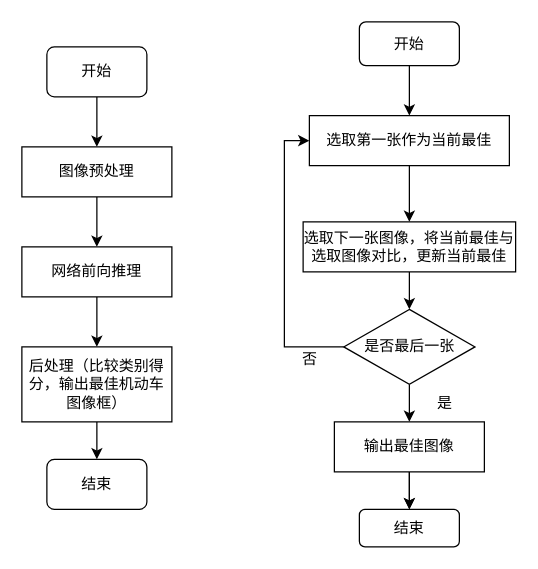
This is Untitled Diagram.drawio from MintyLee/mintylee, a draw.io file, before an edit. Source tidied: cells renumbered, new cells numbered last; positions are measured from the earlier drawing's top-left corner, leaving out a move shared by most shapes. Both pictures are drawn from the tidied source at 125%, with x=0, y=0 at pixel (21, 21).
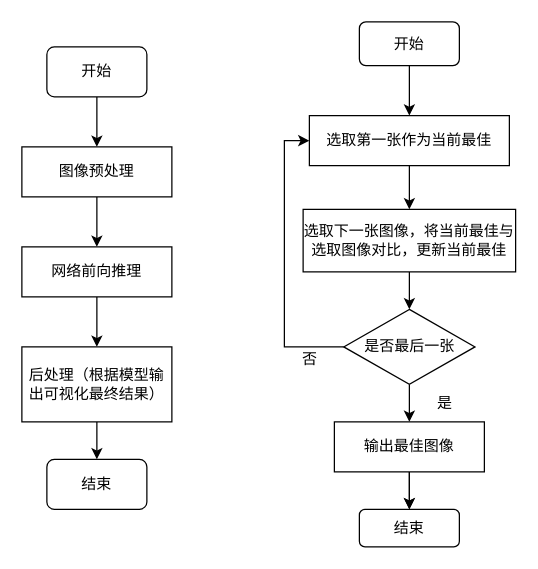
After the change.

The edit, as a diff of the source:
```diff
@@
-    <mxCell id="9" value="后处理（比较类别得分，输出最佳机动车图像框）" style="rounded=0;whiteSpace=wrap;html=1;" parent="1" vertex="1">
+    <mxCell id="9" value="后处理（根据模型输出可视化最终结果）" style="rounded=0;whiteSpace=wrap;html=1;" parent="1" vertex="1">
       <mxGeometry y="260" width="120" height="60" as="geometry" />
     </mxCell>
@@
     <mxCell id="16" value="选取下一张图像，将当前最佳与选取图像对比，更新当前最佳" style="rounded=0;whiteSpace=wrap;html=1;" parent="1" vertex="1">
-      <mxGeometry x="225" y="160" width="170" height="40" as="geometry" />
+      <mxGeometry x="225" y="150" width="170" height="50" as="geometry" />
     </mxCell>
```
